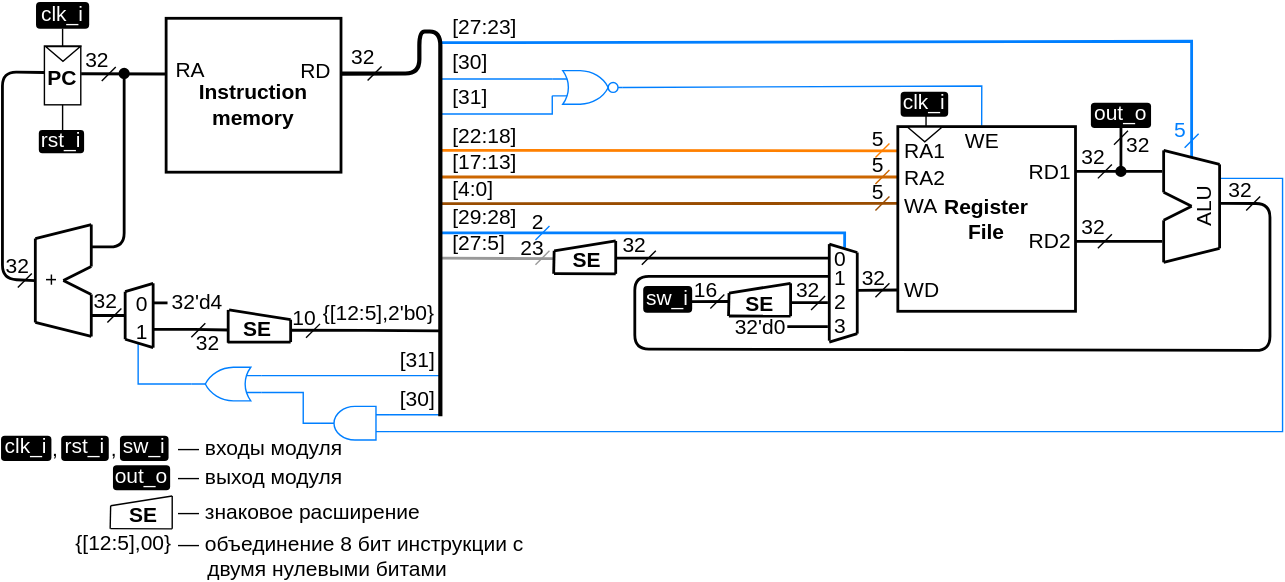
Above: .pic/Labs/lab_04_cybercobra/ppd_5.drawio.svg in MPSU/APS (draw.io), before the change. Source tidied: cells renumbered, new cells last; positions are measured from the earlier drawing's top-left corner, leaving out a move shared by most shapes.
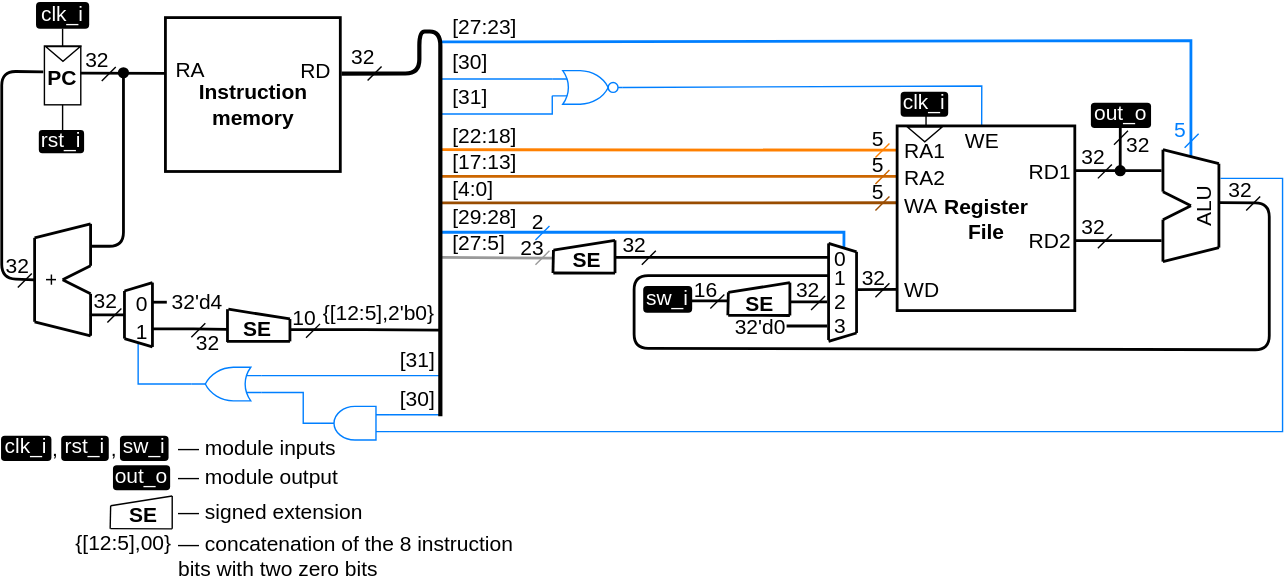
After the commit.

What changed in the source:
```diff
@@ -572,13 +572,13 @@
     <mxCell id="117" value="&lt;font style=&quot;font-size: 15px;&quot;&gt;,&lt;/font&gt;" style="text;html=1;strokeColor=none;fillColor=none;align=center;verticalAlign=middle;whiteSpace=wrap;rounded=0;spacing=0;fontSize=15;spacingTop=0;spacingBottom=0;" parent="1" vertex="1">
       <mxGeometry x="75" y="310" width="12" height="18" as="geometry" />
     </mxCell>
-    <mxCell id="118" value="— входы модуля" style="text;html=1;strokeColor=none;fillColor=none;align=left;verticalAlign=middle;whiteSpace=wrap;rounded=0;spacing=0;fontSize=15;" parent="1" vertex="1">
+    <mxCell id="118" value="— module inputs" style="text;html=1;strokeColor=none;fillColor=none;align=left;verticalAlign=middle;whiteSpace=wrap;rounded=0;spacing=0;fontSize=15;" parent="1" vertex="1">
       <mxGeometry x="126.5" y="309" width="126.5" height="18" as="geometry" />
     </mxCell>
     <mxCell id="119" value="&lt;font color=&quot;#ffffff&quot; style=&quot;font-size: 15px;&quot;&gt;out_o&lt;/font&gt;" style="text;html=1;strokeColor=none;fillColor=#000000;align=center;verticalAlign=middle;whiteSpace=wrap;rounded=1;fontSize=15;fontColor=#000000;comic=0;jiggle=0.5;spacingTop=0;spacingBottom=4;" parent="1" vertex="1">
       <mxGeometry x="80" y="331" width="40.9" height="18" as="geometry" />
     </mxCell>
-    <mxCell id="120" value="— выход модуля" style="text;html=1;strokeColor=none;fillColor=none;align=left;verticalAlign=middle;whiteSpace=wrap;rounded=0;spacing=0;fontSize=15;" parent="1" vertex="1">
+    <mxCell id="120" value="— module output" style="text;html=1;strokeColor=none;fillColor=none;align=left;verticalAlign=middle;whiteSpace=wrap;rounded=0;spacing=0;fontSize=15;" parent="1" vertex="1">
       <mxGeometry x="126.5" y="330" width="156.5" height="18" as="geometry" />
     </mxCell>
     <mxCell id="121" style="group;fontSize=15;" parent="1" vertex="1">
@@ -611,13 +611,13 @@
     <mxCell id="126" value="&lt;font style=&quot;font-size: 15px;&quot;&gt;&lt;b style=&quot;font-size: 15px;&quot;&gt;SE&lt;/b&gt;&lt;/font&gt;" style="text;html=1;strokeColor=none;fillColor=none;align=center;verticalAlign=bottom;whiteSpace=wrap;rounded=0;fontSize=15;fontColor=#000000;comic=0;jiggle=0.5;" parent="121" vertex="1">
       <mxGeometry y="1.8" width="48" height="23.5" as="geometry" />
     </mxCell>
-    <mxCell id="127" value="— знаковое расширение" style="text;html=1;strokeColor=none;fillColor=none;align=left;verticalAlign=middle;whiteSpace=wrap;rounded=0;spacing=0;fontSize=15;" parent="1" vertex="1">
+    <mxCell id="127" value="— signed extension" style="text;html=1;strokeColor=none;fillColor=none;align=left;verticalAlign=middle;whiteSpace=wrap;rounded=0;spacing=0;fontSize=15;" parent="1" vertex="1">
       <mxGeometry x="126.5" y="355" width="226.5" height="18" as="geometry" />
     </mxCell>
     <mxCell id="128" value="&lt;font style=&quot;font-size: 15px;&quot;&gt;{[12:5],00}&lt;/font&gt;" style="text;html=1;strokeColor=none;fillColor=none;align=right;verticalAlign=bottom;whiteSpace=wrap;rounded=0;spacing=0;fontSize=15;" parent="1" vertex="1">
       <mxGeometry x="78" y="384" width="44" height="12" as="geometry" />
     </mxCell>
-    <mxCell id="129" value="&lt;div style=&quot;font-size: 15px;&quot;&gt;— объединение 8 бит инструкции с&lt;/div&gt;&lt;div style=&quot;font-size: 15px;&quot;&gt;&amp;nbsp;&amp;nbsp;&amp;nbsp;&amp;nbsp; двумя нулевыми битами&lt;/div&gt;" style="text;html=1;strokeColor=none;fillColor=none;align=left;verticalAlign=middle;whiteSpace=wrap;rounded=0;spacing=0;fontSize=15;" parent="1" vertex="1">
+    <mxCell id="129" value="&lt;div style=&quot;&quot;&gt;—&amp;nbsp;&lt;span style=&quot;background-color: transparent;&quot;&gt;concatenation of the 8 instruction bits with two zero bits&lt;/span&gt;&lt;/div&gt;" style="text;html=1;strokeColor=none;fillColor=none;align=left;verticalAlign=middle;whiteSpace=wrap;rounded=0;spacing=0;fontSize=15;" parent="1" vertex="1">
       <mxGeometry x="126.5" y="387" width="256.5" height="18" as="geometry" />
     </mxCell>
     <mxCell id="130" style="edgeStyle=orthogonalEdgeStyle;rounded=0;orthogonalLoop=1;jettySize=auto;html=1;exitX=0;exitY=0.5;exitDx=0;exitDy=0;endArrow=none;endFill=0;strokeWidth=2;fontSize=15;" parent="1" edge="1">
```
